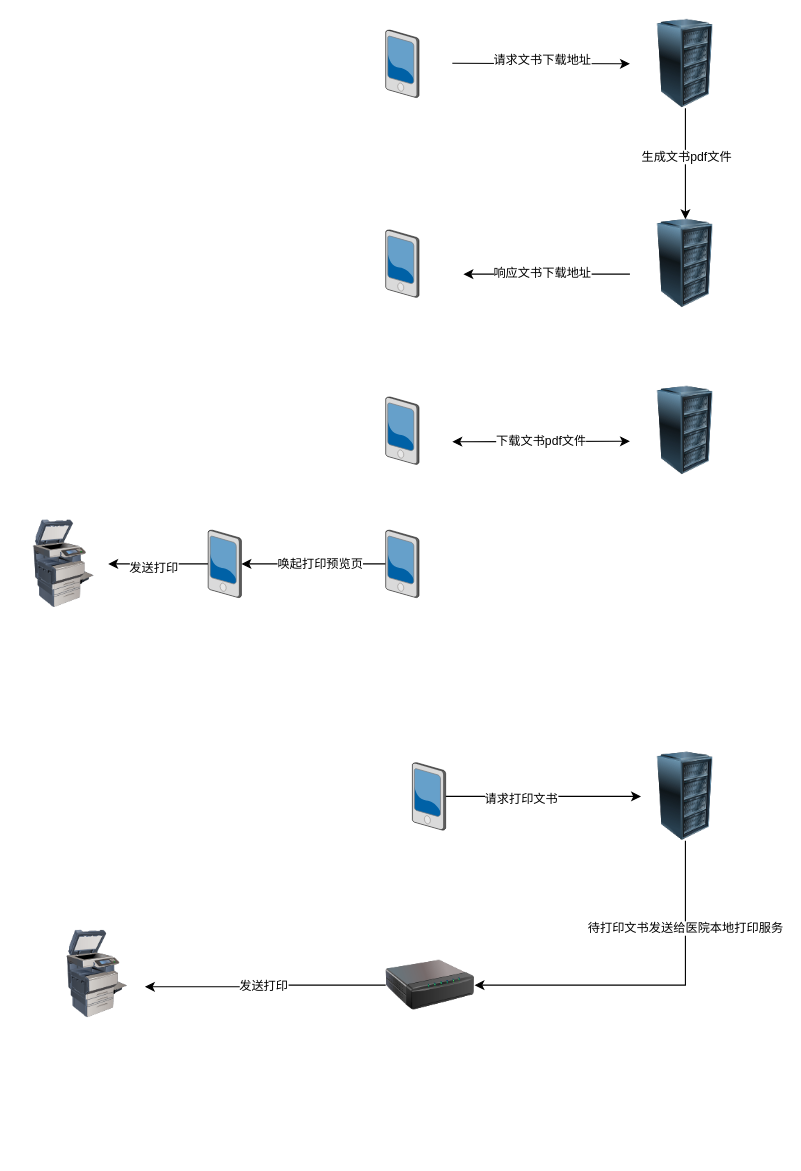
Before: print.drawio in tangme/flowchart, a draw.io diagram. Source tidied: cells renumbered, new cells numbered last; positions are measured from the earlier drawing's top-left corner, leaving out a move shared by most shapes. Both pictures are drawn from the tidied source at 111%, with x=0, y=0 at pixel (19, 19).
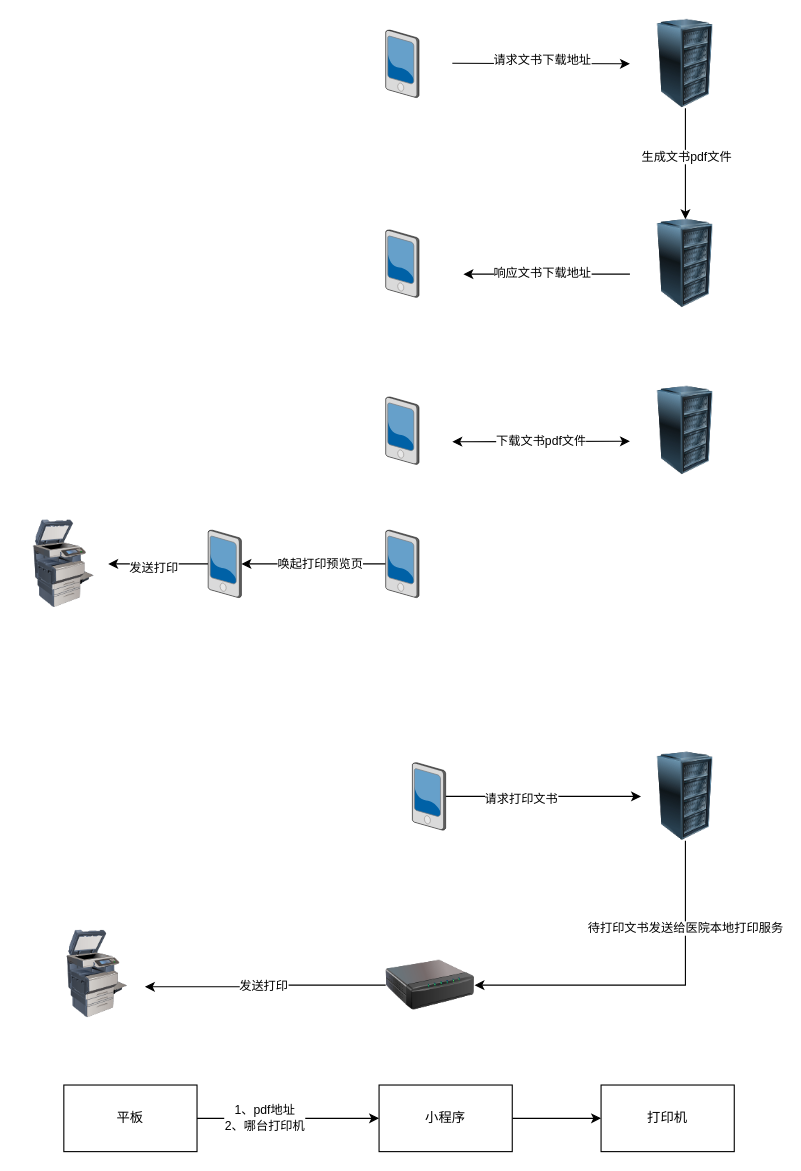
The same diagram, later.

What changed in the source:
```diff
@@
+    <mxCell id="33" style="edgeStyle=orthogonalEdgeStyle;rounded=0;jettySize=auto;html=1;" parent="1" edge="1" source="35" target="37">
+      <mxGeometry relative="1" as="geometry" />
+    </mxCell>
+    <mxCell id="34" value="1、pdf地址&lt;br&gt;2、哪台打印机" style="edgeLabel;html=1;align=center;verticalAlign=middle;" parent="33" vertex="1">
+      <mxGeometry x="-0.27" y="1" relative="1" as="geometry" />
+    </mxCell>
+    <mxCell id="35" value="平板" style="rounded=0;whiteSpace=wrap;html=1;" parent="1" vertex="1">
+      <mxGeometry x="40" y="960" width="120" height="60" as="geometry" />
+    </mxCell>
+    <mxCell id="36" style="edgeStyle=orthogonalEdgeStyle;rounded=0;jettySize=auto;html=1;" parent="1" edge="1" source="37" target="38">
+      <mxGeometry relative="1" as="geometry" />
+    </mxCell>
+    <mxCell id="37" value="小程序" style="rounded=0;whiteSpace=wrap;html=1;" parent="1" vertex="1">
+      <mxGeometry x="324" y="960" width="120" height="60" as="geometry" />
+    </mxCell>
+    <mxCell id="38" value="打印机" style="rounded=0;whiteSpace=wrap;html=1;" parent="1" vertex="1">
+      <mxGeometry x="524" y="960" width="120" height="60" as="geometry" />
+    </mxCell>
```
